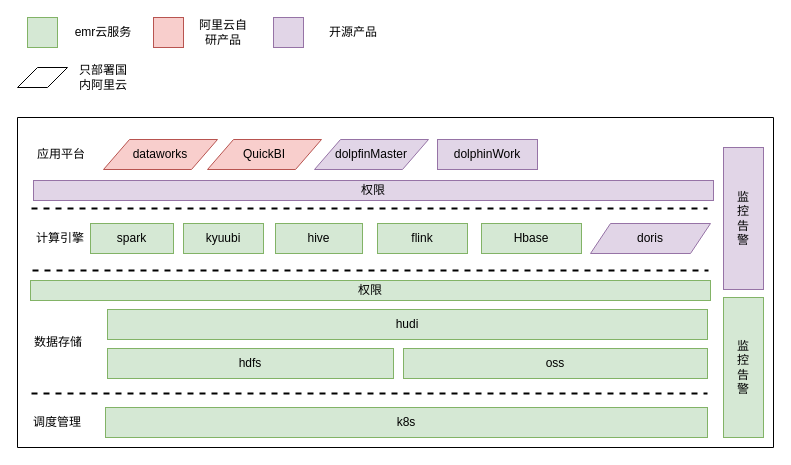
Before: 大数据云平台.drawio in stgztsw/diagrams, a draw.io diagram. Source tidied: cells renumbered, new cells numbered last; positions are measured from the earlier drawing's top-left corner, leaving out a move shared by most shapes. Both pictures are drawn from the tidied source at 100%, with x=0, y=0 at pixel (17, 17).
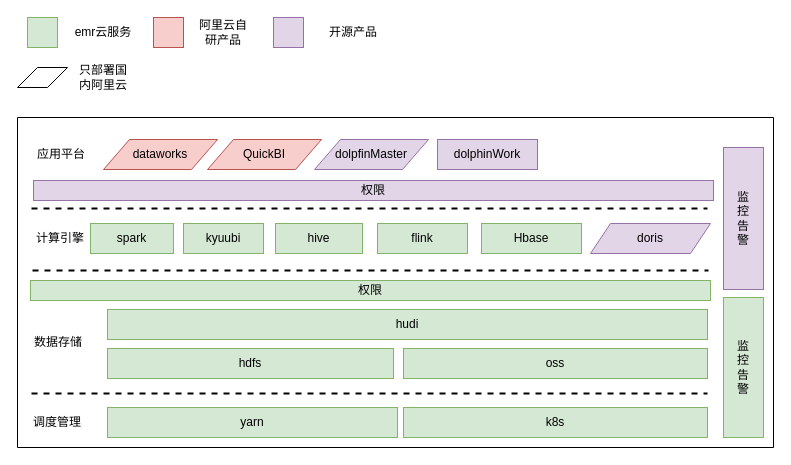
The same page after the edit.

Commit message:
Update 大数据云平台.drawio

Change to the diagram source:
```diff
@@
     <mxCell id="4" value="k8s" style="rounded=0;whiteSpace=wrap;html=1;fillColor=#d5e8d4;strokeColor=#82b366;" parent="1" vertex="1">
-      <mxGeometry x="88" y="390" width="602" height="30" as="geometry" />
+      <mxGeometry x="386" y="390" width="304" height="30" as="geometry" />
     </mxCell>
@@
+    <mxCell id="36" value="yarn" style="rounded=0;whiteSpace=wrap;html=1;fillColor=#d5e8d4;strokeColor=#82b366;" parent="1" vertex="1">
+      <mxGeometry x="90" y="390" width="290" height="30" as="geometry" />
+    </mxCell>
```
